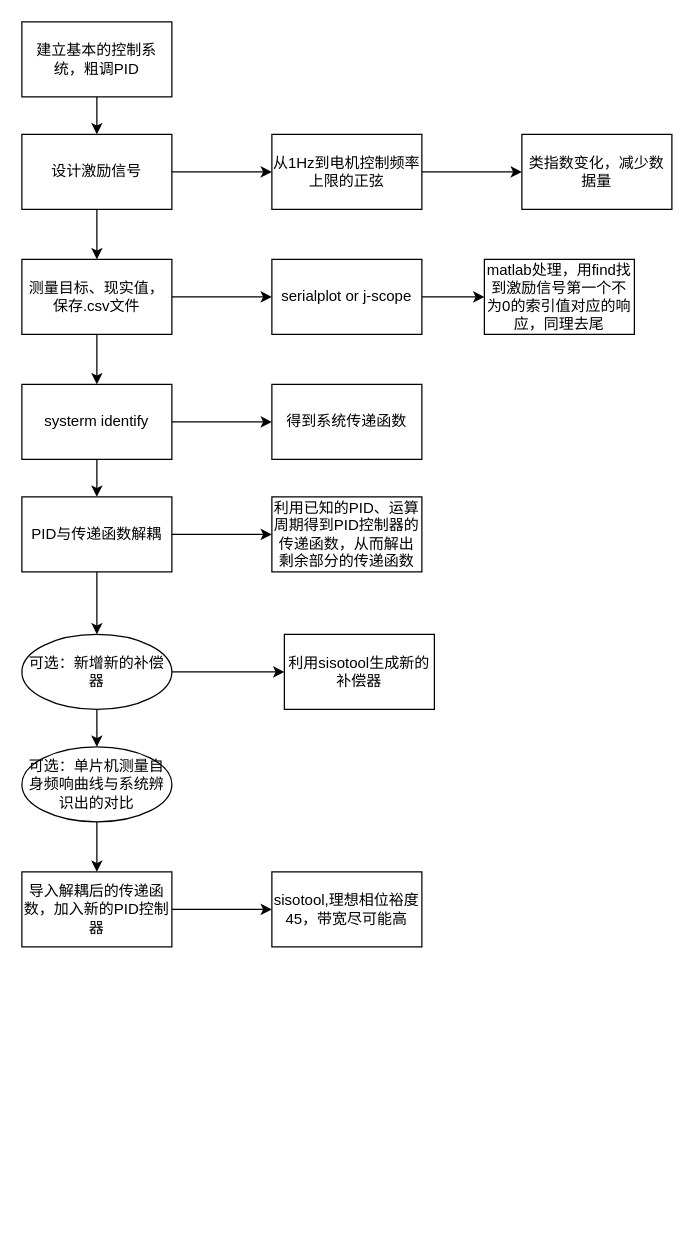
Before: 系统辨识.drawio in ssss-Minami/Learn, a draw.io diagram. Source tidied: cells renumbered, new cells numbered last; positions are measured from the earlier drawing's top-left corner, leaving out a move shared by most shapes. Both pictures are drawn from the tidied source at 125%, with x=0, y=0 at pixel (21, 21).
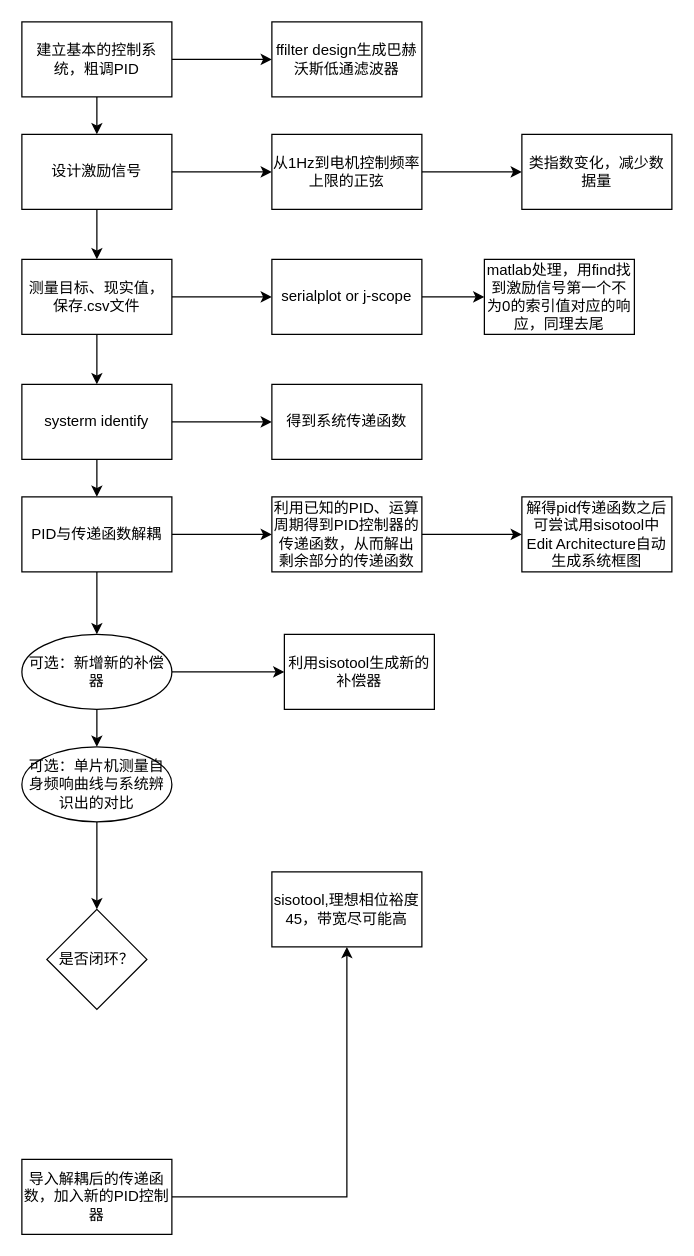
The same diagram, later.

Unchanged cells that the change refers to:
```xml
<mxCell id="3" value="建立基本的控制系统，粗调PID" style="rounded=0;whiteSpace=wrap;html=1;" parent="1" vertex="1">
  <mxGeometry width="120" height="60" as="geometry" />
</mxCell>
<mxCell id="23" value="利用已知的PID、运算周期得到PID控制器的传递函数，从而解出剩余部分的传递函数" style="whiteSpace=wrap;html=1;rounded=0;" parent="1" vertex="1">
  <mxGeometry x="200" y="380" width="120" height="60" as="geometry" />
</mxCell>
<mxCell id="29" value="可选：单片机测量自身频响曲线与系统辨识出的对比" style="ellipse;whiteSpace=wrap;html=1;rounded=0;" parent="1" vertex="1">
  <mxGeometry y="580" width="120" height="60" as="geometry" />
</mxCell>
```

What changed in the source:
```diff
@@
+    <mxCell id="33" style="edgeStyle=orthogonalEdgeStyle;rounded=0;jettySize=auto;html=1;" parent="1" edge="1" source="3" target="36">
+      <mxGeometry relative="1" as="geometry" />
+    </mxCell>
@@
+    <mxCell id="34" style="edgeStyle=orthogonalEdgeStyle;rounded=0;jettySize=auto;html=1;" parent="1" edge="1" source="23" target="38">
+      <mxGeometry relative="1" as="geometry" />
+    </mxCell>
@@
-    <mxCell id="28" style="edgeStyle=orthogonalEdgeStyle;rounded=0;jettySize=auto;html=1;" parent="1" edge="1" source="29" target="31">
-      <mxGeometry relative="1" as="geometry" />
-    </mxCell>
+    <mxCell id="35" style="edgeStyle=orthogonalEdgeStyle;rounded=0;jettySize=auto;html=1;" parent="1" edge="1" source="29" target="37">
+      <mxGeometry relative="1" as="geometry" />
+    </mxCell>
@@
     <mxCell id="31" value="导入解耦后的传递函数，加入新的PID控制器" style="whiteSpace=wrap;html=1;rounded=0;" parent="1" vertex="1">
-      <mxGeometry y="680" width="120" height="60" as="geometry" />
+      <mxGeometry y="910" width="120" height="60" as="geometry" />
     </mxCell>
@@
+    <mxCell id="36" value="ffilter design生成巴赫沃斯低通滤波器" style="whiteSpace=wrap;html=1;rounded=0;" parent="1" vertex="1">
+      <mxGeometry x="200" width="120" height="60" as="geometry" />
+    </mxCell>
+    <mxCell id="37" value="是否闭环？" style="rhombus;whiteSpace=wrap;html=1;rounded=0;" parent="1" vertex="1">
+      <mxGeometry x="20" y="710" width="80" height="80" as="geometry" />
+    </mxCell>
+    <mxCell id="38" value="解得pid传递函数之后可尝试用sisotool中Edit Architecture自动生成系统框图" style="whiteSpace=wrap;html=1;rounded=0;" parent="1" vertex="1">
+      <mxGeometry x="400" y="380" width="120" height="60" as="geometry" />
+    </mxCell>
```
